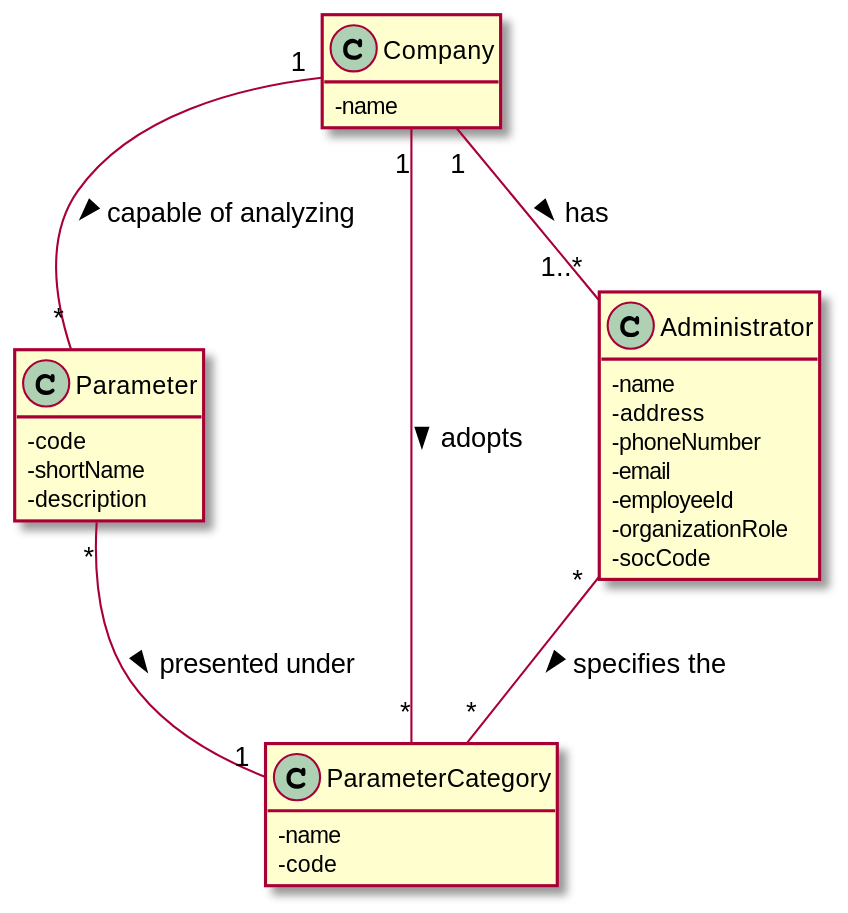
manu-07-ela/LAPR2_ISEP keeps this PlantUML diagram as docs/SprintB/US11/US11-DM.svg. Above is the earlier version.
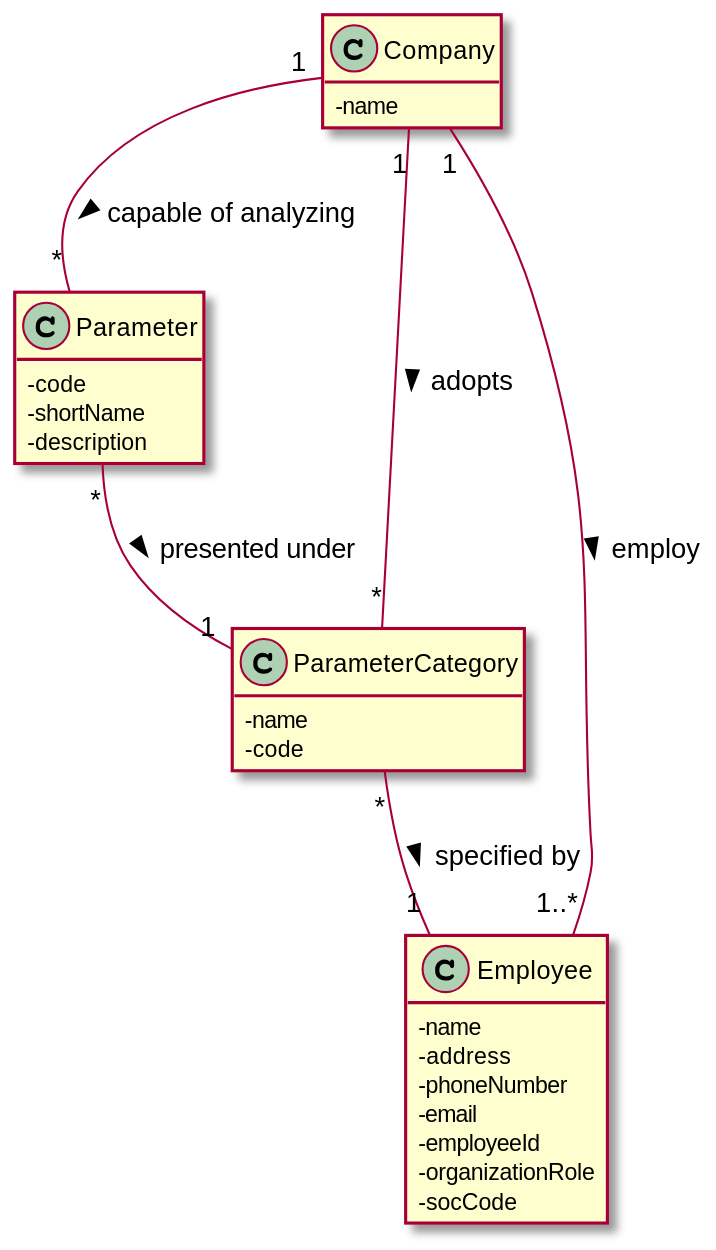
The same file after the commit.

Diff of the diagram source:
```diff
@@ -18,7 +18,7 @@
 -code
 }
 
-class Administrator{
+class Employee{
 -name
 -address
 -phoneNumber
@@ -30,9 +30,9 @@
 
 Company "1"--"*" Parameter : capable of analyzing >
 Company "1"--"*" ParameterCategory : adopts >
-Company "1"--"1..*" Administrator : has >
+Company "1"---"1..*" Employee : employ >
 Parameter "*"--"1" ParameterCategory : presented under >
-Administrator "*"--"*" ParameterCategory : specifies the >
+ParameterCategory "*"--"1" Employee : specified by >
 
 
 
```
